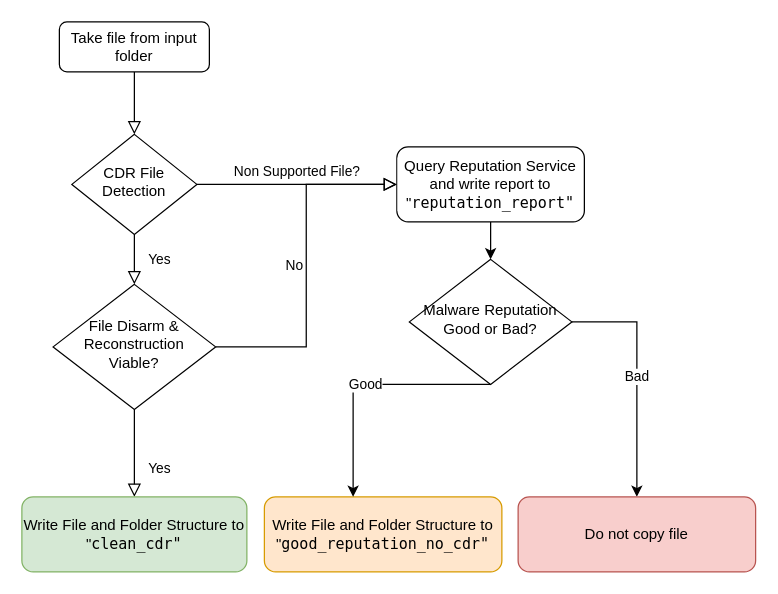
Earlier version of the draw.io diagram Untitled Diagram.drawio (gw-engineering/community-gw-cdr-and-reputation-check). Source tidied: cells renumbered, new cells numbered last; positions are measured from the earlier drawing's top-left corner, leaving out a move shared by most shapes. Both pictures are drawn from the tidied source at 125%, with x=0, y=0 at pixel (21, 21).
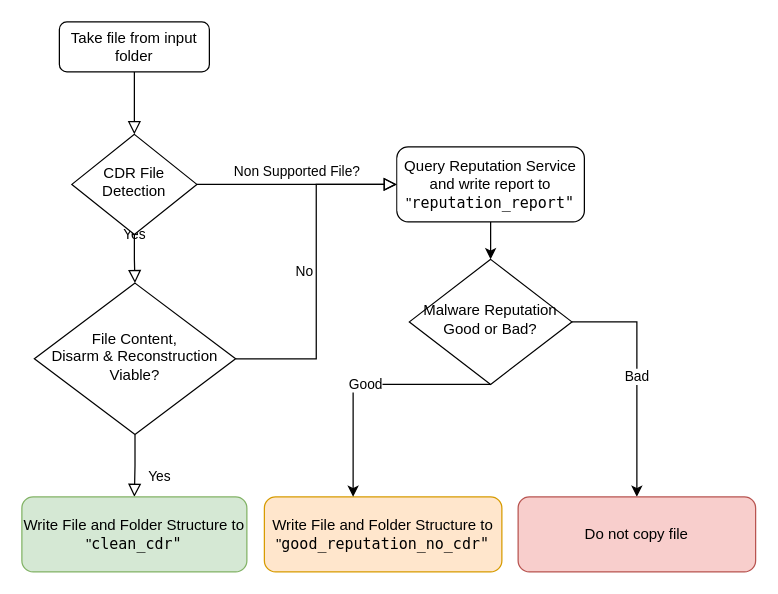
Above is the later version.

Change to the diagram source:
```diff
@@
 <mxGraphModel>
   <root>
     <mxCell id="0" />
     <mxCell id="1" parent="0" />
     <mxCell id="2" style="rounded=0;html=1;jettySize=auto;fontSize=11;endArrow=block;endFill=0;endSize=8;strokeWidth=1;shadow=0;labelBackgroundColor=none;edgeStyle=orthogonalEdgeStyle;" parent="1" edge="1" source="3" target="6">
       <mxGeometry relative="1" as="geometry" />
     </mxCell>
     <mxCell id="3" value="Take file from input folder" style="rounded=1;whiteSpace=wrap;html=1;fontSize=12;glass=0;strokeWidth=1;shadow=0;" parent="1" vertex="1">
       <mxGeometry x="30" width="120" height="40" as="geometry" />
     </mxCell>
     <mxCell id="4" value="Yes" style="rounded=0;html=1;jettySize=auto;fontSize=11;endArrow=block;endFill=0;endSize=8;strokeWidth=1;shadow=0;labelBackgroundColor=none;edgeStyle=orthogonalEdgeStyle;" parent="1" edge="1" source="6" target="9">
       <mxGeometry y="20" relative="1" as="geometry" />
     </mxCell>
     <mxCell id="5" value="Non Supported File?" style="edgeStyle=orthogonalEdgeStyle;rounded=0;html=1;jettySize=auto;fontSize=11;endArrow=block;endFill=0;endSize=8;strokeWidth=1;shadow=0;labelBackgroundColor=none;entryX=0;entryY=0.5;entryDx=0;entryDy=0;" parent="1" edge="1" source="6" target="13">
       <mxGeometry y="10" relative="1" as="geometry" />
     </mxCell>
     <mxCell id="6" value="CDR File Detection" style="rhombus;whiteSpace=wrap;html=1;shadow=0;fontFamily=Helvetica;fontSize=12;align=center;strokeWidth=1;spacing=6;spacingTop=-4;" parent="1" vertex="1">
       <mxGeometry x="40" y="90" width="100" height="80" as="geometry" />
     </mxCell>
     <mxCell id="7" value="Yes" style="rounded=0;html=1;jettySize=auto;fontSize=11;endArrow=block;endFill=0;endSize=8;strokeWidth=1;shadow=0;labelBackgroundColor=none;edgeStyle=orthogonalEdgeStyle;" parent="1" edge="1" source="9" target="10">
       <mxGeometry x="0.33" y="20" relative="1" as="geometry" />
     </mxCell>
     <mxCell id="8" value="No&lt;br&gt;" style="edgeStyle=orthogonalEdgeStyle;rounded=0;html=1;jettySize=auto;fontSize=11;endArrow=block;endFill=0;endSize=8;strokeWidth=1;shadow=0;labelBackgroundColor=none;entryX=0;entryY=0.5;entryDx=0;entryDy=0;" parent="1" edge="1" source="9" target="13">
       <mxGeometry y="10" relative="1" as="geometry" />
     </mxCell>
-    <mxCell id="9" value="File Disarm &amp;amp; Reconstruction Viable?" style="rhombus;whiteSpace=wrap;html=1;shadow=0;fontFamily=Helvetica;fontSize=12;align=center;strokeWidth=1;spacing=6;spacingTop=-4;" parent="1" vertex="1">
-      <mxGeometry x="25" y="210" width="130" height="100" as="geometry" />
+    <mxCell id="9" value="File Content, &lt;br&gt;Disarm &amp;amp; Reconstruction Viable?" style="rhombus;whiteSpace=wrap;html=1;shadow=0;fontFamily=Helvetica;fontSize=12;align=center;strokeWidth=1;spacing=6;spacingTop=-4;" parent="1" vertex="1">
+      <mxGeometry x="10" y="209" width="161" height="121" as="geometry" />
     </mxCell>
     <mxCell id="10" value="Write File and Folder Structure to &quot;&lt;span style=&quot;font-family: Menlo, Monaco, &amp;quot;Courier New&amp;quot;, monospace; text-align: start;&quot;&gt;clean_cdr&quot;&lt;/span&gt;" style="rounded=1;whiteSpace=wrap;html=1;fontSize=12;glass=0;strokeWidth=1;shadow=0;labelBackgroundColor=none;fillColor=#d5e8d4;strokeColor=#82b366;" parent="1" vertex="1">
       <mxGeometry y="380" width="180" height="60" as="geometry" />
     </mxCell>
     <mxCell id="11" value="Write File and Folder Structure to &quot;&lt;span style=&quot;font-family: Menlo, Monaco, &amp;quot;Courier New&amp;quot;, monospace; text-align: start;&quot;&gt;good_reputation_no_cdr&lt;/span&gt;&lt;span style=&quot;font-family: Menlo, Monaco, &amp;quot;Courier New&amp;quot;, monospace; text-align: start;&quot;&gt;&quot;&lt;/span&gt;" style="rounded=1;whiteSpace=wrap;html=1;fontSize=12;glass=0;strokeWidth=1;shadow=0;labelBackgroundColor=none;fillColor=#ffe6cc;strokeColor=#d79b00;" parent="1" vertex="1">
       <mxGeometry x="194" y="380" width="190" height="60" as="geometry" />
     </mxCell>
     <mxCell id="12" style="edgeStyle=orthogonalEdgeStyle;rounded=0;jettySize=auto;html=1;exitX=0.5;exitY=1;exitDx=0;exitDy=0;fontColor=#000000;" parent="1" edge="1" source="13" target="16">
       <mxGeometry relative="1" as="geometry" />
     </mxCell>
     <mxCell id="13" value="Query Reputation Service and write report to &quot;&lt;span style=&quot;font-family: Menlo, Monaco, &amp;quot;Courier New&amp;quot;, monospace; text-align: start;&quot;&gt;reputation_report&quot;&lt;br&gt;&lt;/span&gt;" style="rounded=1;whiteSpace=wrap;html=1;fontSize=12;glass=0;strokeWidth=1;shadow=0;fontColor=#000000;labelBackgroundColor=default;strokeColor=#000000;" parent="1" vertex="1">
       <mxGeometry x="300" y="100" width="150" height="60" as="geometry" />
     </mxCell>
     <mxCell id="14" value="Good" style="edgeStyle=orthogonalEdgeStyle;rounded=0;jettySize=auto;html=1;exitX=0.5;exitY=1;exitDx=0;exitDy=0;fontColor=#000000;" parent="1" edge="1" source="16" target="11">
       <mxGeometry relative="1" as="geometry">
         <Array as="points">
           <mxPoint x="265" y="290" />
         </Array>
       </mxGeometry>
     </mxCell>
     <mxCell id="15" value="Bad" style="edgeStyle=orthogonalEdgeStyle;rounded=0;jettySize=auto;html=1;exitX=1;exitY=0.5;exitDx=0;exitDy=0;fontColor=#000000;" parent="1" edge="1" source="16" target="17">
       <mxGeometry relative="1" as="geometry" />
     </mxCell>
     <mxCell id="16" value="Malware Reputation Good or Bad?" style="rhombus;whiteSpace=wrap;html=1;shadow=0;fontFamily=Helvetica;fontSize=12;align=center;strokeWidth=1;spacing=6;spacingTop=-4;" parent="1" vertex="1">
       <mxGeometry x="310" y="190" width="130" height="100" as="geometry" />
     </mxCell>
     <mxCell id="17" value="Do not copy file" style="rounded=1;whiteSpace=wrap;html=1;fontSize=12;glass=0;strokeWidth=1;shadow=0;labelBackgroundColor=none;fillColor=#f8cecc;strokeColor=#b85450;" parent="1" vertex="1">
       <mxGeometry x="397" y="380" width="190" height="60" as="geometry" />
     </mxCell>
   </root>
 </mxGraphModel>
```
